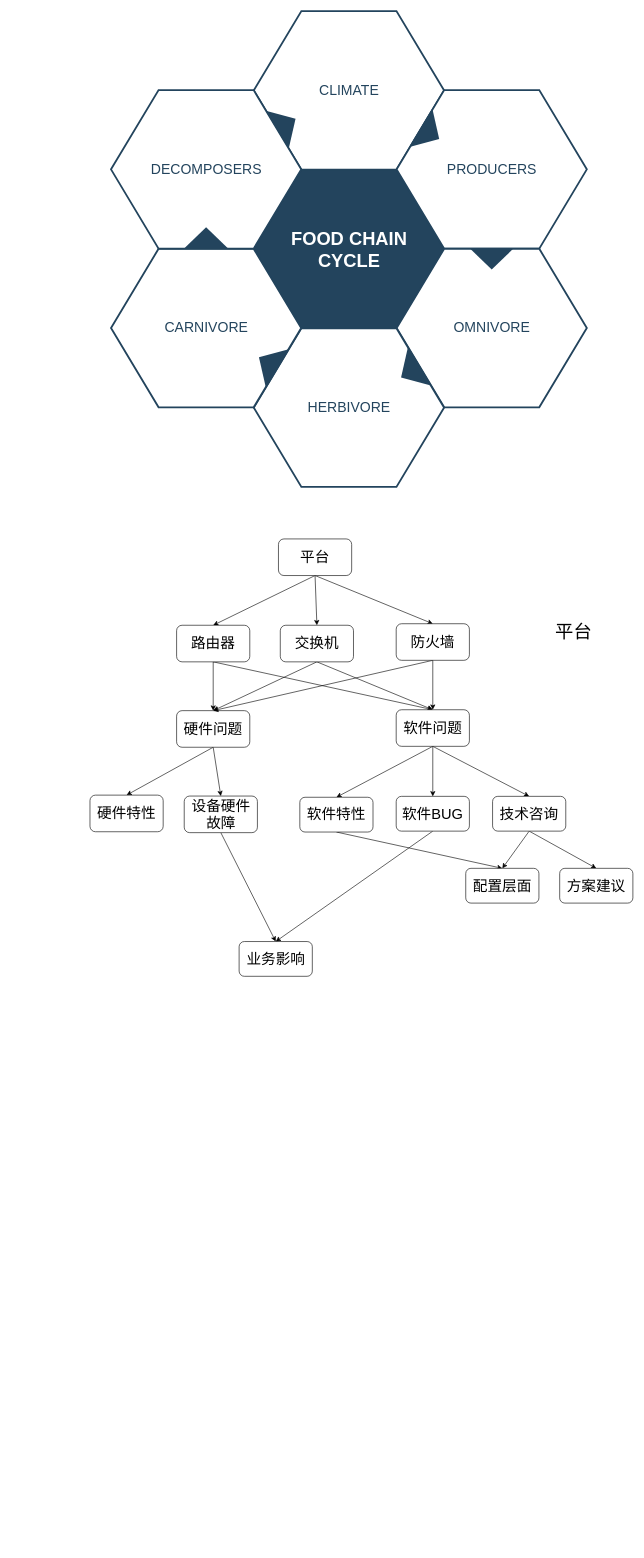
aimleft/study keeps this draw.io diagram as 未命名表单.drawio. Above is the earlier version. Source tidied: cells renumbered, new cells numbered last; positions are measured from the earlier drawing's top-left corner, leaving out a move shared by most shapes. Both pictures are drawn from the tidied source at 61%, with x=0, y=0 at pixel (90, 11).
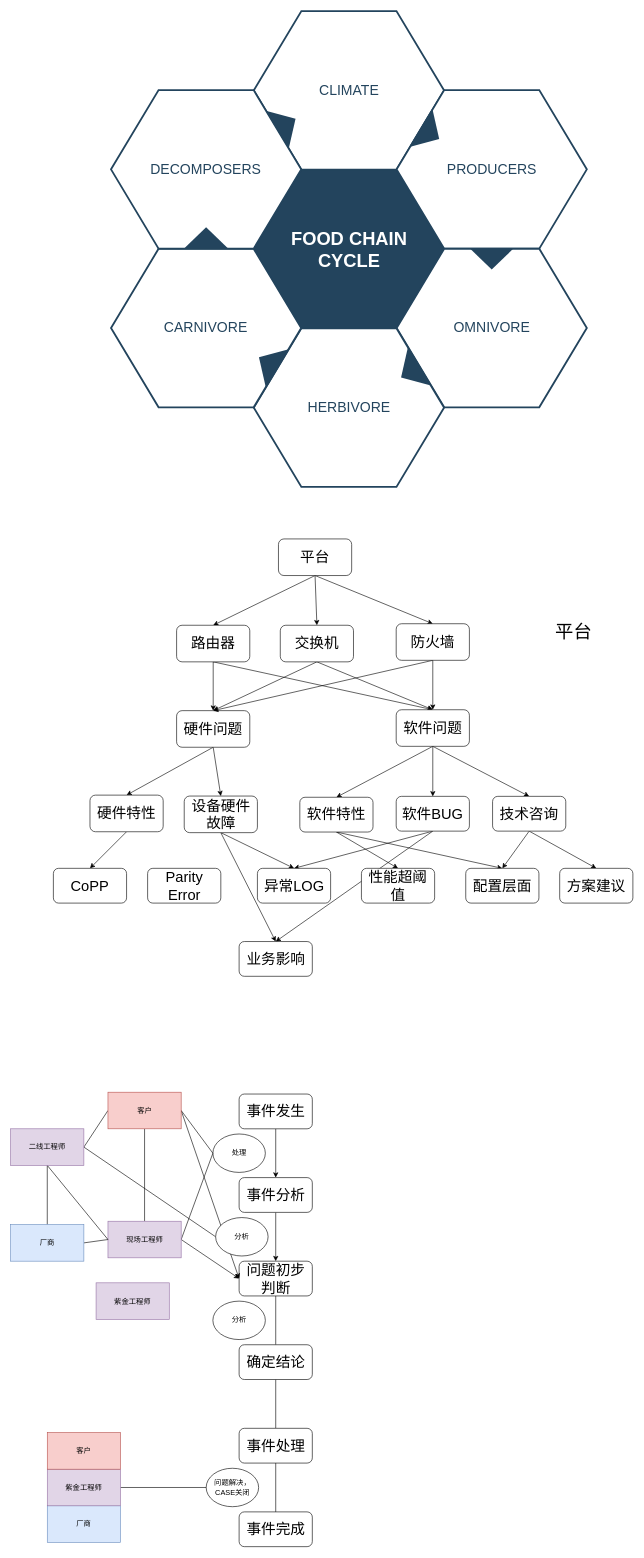
The same page after the edit.

Commit message:
更新未命名表单.drawio

Unchanged cells that the change refers to:
```xml
<mxCell id="29" value="&lt;font style=&quot;font-size: 24px&quot;&gt;硬件特性&lt;/font&gt;" style="rounded=1;whiteSpace=wrap;html=1;" parent="1" vertex="1">
  <mxGeometry y="1285" width="120" height="60" as="geometry" />
</mxCell>
<mxCell id="38" value="&lt;font style=&quot;font-size: 24px&quot;&gt;软件特性&lt;/font&gt;" style="rounded=1;whiteSpace=wrap;html=1;" parent="1" vertex="1">
  <mxGeometry x="344" y="1288.5" width="120" height="57" as="geometry" />
</mxCell>
<mxCell id="44" value="&lt;font style=&quot;font-size: 24px&quot;&gt;软件BUG&lt;/font&gt;" style="rounded=1;whiteSpace=wrap;html=1;" parent="1" vertex="1">
  <mxGeometry x="502" y="1287" width="120" height="57" as="geometry" />
</mxCell>
<mxCell id="46" value="&lt;font style=&quot;font-size: 24px&quot;&gt;设备硬件故障&lt;/font&gt;" style="rounded=1;whiteSpace=wrap;html=1;" parent="1" vertex="1">
  <mxGeometry x="154.5" y="1286.5" width="120" height="60" as="geometry" />
</mxCell>
```

Diff of the diagram source:
```diff
@@
+    <mxCell id="50" style="edgeStyle=none;rounded=0;jettySize=auto;html=1;exitX=0.5;exitY=1;exitDx=0;exitDy=0;entryX=0.5;entryY=0;entryDx=0;entryDy=0;" parent="1" edge="1" source="29" target="57">
+      <mxGeometry relative="1" as="geometry" />
+    </mxCell>
@@
+    <mxCell id="51" style="edgeStyle=none;rounded=0;jettySize=auto;html=1;exitX=0.5;exitY=1;exitDx=0;exitDy=0;entryX=0.5;entryY=0;entryDx=0;entryDy=0;" parent="1" edge="1" source="38" target="56">
+      <mxGeometry relative="1" as="geometry" />
+    </mxCell>
@@
+    <mxCell id="52" style="edgeStyle=none;rounded=0;jettySize=auto;html=1;exitX=0.5;exitY=1;exitDx=0;exitDy=0;entryX=0.5;entryY=0;entryDx=0;entryDy=0;" parent="1" edge="1" source="44" target="54">
+      <mxGeometry relative="1" as="geometry" />
+    </mxCell>
@@
+    <mxCell id="53" style="edgeStyle=none;rounded=0;jettySize=auto;html=1;exitX=0.5;exitY=1;exitDx=0;exitDy=0;entryX=0.5;entryY=0;entryDx=0;entryDy=0;" parent="1" edge="1" source="46" target="54">
+      <mxGeometry relative="1" as="geometry" />
+    </mxCell>
@@
+    <mxCell id="54" value="&lt;span style=&quot;font-size: 24px&quot;&gt;异常LOG&lt;/span&gt;" style="rounded=1;whiteSpace=wrap;html=1;" parent="1" vertex="1">
+      <mxGeometry x="274.5" y="1405" width="120" height="57" as="geometry" />
+    </mxCell>
+    <mxCell id="55" value="&lt;font style=&quot;font-size: 24px&quot;&gt;Parity Error&lt;/font&gt;" style="rounded=1;whiteSpace=wrap;html=1;" parent="1" vertex="1">
+      <mxGeometry x="94.5" y="1405" width="120" height="57" as="geometry" />
+    </mxCell>
+    <mxCell id="56" value="&lt;span style=&quot;font-size: 24px&quot;&gt;性能超阈值&lt;/span&gt;" style="rounded=1;whiteSpace=wrap;html=1;" parent="1" vertex="1">
+      <mxGeometry x="445" y="1405" width="120" height="57" as="geometry" />
+    </mxCell>
+    <mxCell id="57" value="&lt;font style=&quot;font-size: 24px&quot;&gt;CoPP&lt;/font&gt;" style="rounded=1;whiteSpace=wrap;html=1;" parent="1" vertex="1">
+      <mxGeometry x="-60" y="1405" width="120" height="57" as="geometry" />
+    </mxCell>
+    <mxCell id="58" style="edgeStyle=none;rounded=0;jettySize=auto;html=1;" parent="1" edge="1" source="59" target="61">
+      <mxGeometry relative="1" as="geometry" />
+    </mxCell>
+    <mxCell id="59" value="&lt;font style=&quot;font-size: 24px&quot;&gt;事件发生&lt;/font&gt;" style="rounded=1;whiteSpace=wrap;html=1;" parent="1" vertex="1">
+      <mxGeometry x="244.5" y="1775" width="120" height="57" as="geometry" />
+    </mxCell>
+    <mxCell id="60" style="edgeStyle=none;rounded=0;jettySize=auto;html=1;" parent="1" edge="1" source="61" target="63">
+      <mxGeometry relative="1" as="geometry" />
+    </mxCell>
+    <mxCell id="61" value="&lt;font style=&quot;font-size: 24px&quot;&gt;事件分析&lt;/font&gt;" style="rounded=1;whiteSpace=wrap;html=1;" parent="1" vertex="1">
+      <mxGeometry x="244.5" y="1912" width="120" height="57" as="geometry" />
+    </mxCell>
+    <mxCell id="62" style="edgeStyle=none;rounded=0;jettySize=auto;html=1;endArrow=none;endFill=0;" parent="1" edge="1" source="63" target="65">
+      <mxGeometry relative="1" as="geometry" />
+    </mxCell>
+    <mxCell id="63" value="&lt;span style=&quot;font-size: 24px&quot;&gt;问题初步判断&lt;/span&gt;" style="rounded=1;whiteSpace=wrap;html=1;" parent="1" vertex="1">
+      <mxGeometry x="244.5" y="2049" width="120" height="57" as="geometry" />
+    </mxCell>
+    <mxCell id="64" style="edgeStyle=none;rounded=0;jettySize=auto;html=1;endArrow=none;endFill=0;" parent="1" edge="1" source="65" target="67">
+      <mxGeometry relative="1" as="geometry" />
+    </mxCell>
+    <mxCell id="65" value="&lt;span style=&quot;font-size: 24px&quot;&gt;确定结论&lt;/span&gt;" style="rounded=1;whiteSpace=wrap;html=1;" parent="1" vertex="1">
+      <mxGeometry x="244.5" y="2186" width="120" height="57" as="geometry" />
+    </mxCell>
+    <mxCell id="66" style="edgeStyle=none;rounded=0;jettySize=auto;html=1;endArrow=none;endFill=0;" parent="1" edge="1" source="67" target="68">
+      <mxGeometry relative="1" as="geometry" />
+    </mxCell>
+    <mxCell id="67" value="&lt;span style=&quot;font-size: 24px&quot;&gt;事件处理&lt;/span&gt;" style="rounded=1;whiteSpace=wrap;html=1;" parent="1" vertex="1">
+      <mxGeometry x="244.5" y="2323" width="120" height="57" as="geometry" />
+    </mxCell>
+    <mxCell id="68" value="&lt;span style=&quot;font-size: 24px&quot;&gt;事件完成&lt;/span&gt;" style="rounded=1;whiteSpace=wrap;html=1;" parent="1" vertex="1">
+      <mxGeometry x="244.5" y="2460" width="120" height="57" as="geometry" />
+    </mxCell>
+    <mxCell id="69" value="处理" style="ellipse;whiteSpace=wrap;html=1;" parent="1" vertex="1">
+      <mxGeometry x="201.5" y="1840.5" width="86" height="63" as="geometry" />
+    </mxCell>
+    <mxCell id="70" style="edgeStyle=none;rounded=0;jettySize=auto;html=1;exitX=1;exitY=0.5;exitDx=0;exitDy=0;entryX=0;entryY=0.5;entryDx=0;entryDy=0;" parent="1" edge="1" source="74" target="63">
+      <mxGeometry relative="1" as="geometry" />
+    </mxCell>
+    <mxCell id="71" style="edgeStyle=none;rounded=0;jettySize=auto;html=1;exitX=0.5;exitY=1;exitDx=0;exitDy=0;entryX=0.5;entryY=0;entryDx=0;entryDy=0;endArrow=none;endFill=0;" parent="1" edge="1" source="74" target="77">
+      <mxGeometry relative="1" as="geometry" />
+    </mxCell>
+    <mxCell id="72" style="edgeStyle=none;rounded=0;jettySize=auto;html=1;exitX=0;exitY=0.5;exitDx=0;exitDy=0;entryX=1;entryY=0.5;entryDx=0;entryDy=0;endArrow=none;endFill=0;" parent="1" edge="1" source="74" target="81">
+      <mxGeometry relative="1" as="geometry" />
+    </mxCell>
+    <mxCell id="73" style="edgeStyle=none;rounded=0;jettySize=auto;html=1;exitX=1;exitY=0.5;exitDx=0;exitDy=0;entryX=0;entryY=0.5;entryDx=0;entryDy=0;endArrow=none;endFill=0;" parent="1" edge="1" source="74" target="69">
+      <mxGeometry relative="1" as="geometry" />
+    </mxCell>
+    <mxCell id="74" value="客户" style="rounded=0;whiteSpace=wrap;html=1;fillColor=#f8cecc;strokeColor=#b85450;" parent="1" vertex="1">
+      <mxGeometry x="29.5" y="1772" width="120" height="60" as="geometry" />
+    </mxCell>
+    <mxCell id="75" style="edgeStyle=none;rounded=0;jettySize=auto;html=1;exitX=1;exitY=0.5;exitDx=0;exitDy=0;entryX=0;entryY=0.5;entryDx=0;entryDy=0;" parent="1" edge="1" source="77" target="63">
+      <mxGeometry relative="1" as="geometry" />
+    </mxCell>
+    <mxCell id="76" style="edgeStyle=none;rounded=0;jettySize=auto;html=1;exitX=1;exitY=0.5;exitDx=0;exitDy=0;endArrow=none;endFill=0;entryX=0;entryY=0.5;entryDx=0;entryDy=0;" parent="1" edge="1" source="77" target="69">
+      <mxGeometry relative="1" as="geometry" />
+    </mxCell>
+    <mxCell id="77" value="现场工程师" style="rounded=0;whiteSpace=wrap;html=1;fillColor=#e1d5e7;strokeColor=#9673a6;" parent="1" vertex="1">
+      <mxGeometry x="29.5" y="1983.5" width="120" height="60" as="geometry" />
+    </mxCell>
+    <mxCell id="78" style="edgeStyle=none;rounded=0;jettySize=auto;html=1;exitX=0.5;exitY=1;exitDx=0;exitDy=0;entryX=0.5;entryY=0;entryDx=0;entryDy=0;endArrow=none;endFill=0;" parent="1" edge="1" source="81" target="83">
+      <mxGeometry relative="1" as="geometry" />
+    </mxCell>
+    <mxCell id="79" style="edgeStyle=none;rounded=0;jettySize=auto;html=1;exitX=0.5;exitY=1;exitDx=0;exitDy=0;entryX=0;entryY=0.5;entryDx=0;entryDy=0;endArrow=none;endFill=0;" parent="1" edge="1" source="81" target="77">
+      <mxGeometry relative="1" as="geometry" />
+    </mxCell>
+    <mxCell id="80" style="edgeStyle=none;rounded=0;jettySize=auto;html=1;exitX=1;exitY=0.5;exitDx=0;exitDy=0;entryX=0;entryY=0.5;entryDx=0;entryDy=0;endArrow=none;endFill=0;" parent="1" edge="1" source="81" target="84">
+      <mxGeometry relative="1" as="geometry" />
+    </mxCell>
+    <mxCell id="81" value="二线工程师" style="rounded=0;whiteSpace=wrap;html=1;fillColor=#e1d5e7;strokeColor=#9673a6;" parent="1" vertex="1">
+      <mxGeometry x="-130" y="1832" width="120" height="60" as="geometry" />
+    </mxCell>
+    <mxCell id="82" style="edgeStyle=none;rounded=0;jettySize=auto;html=1;exitX=1;exitY=0.5;exitDx=0;exitDy=0;entryX=0;entryY=0.5;entryDx=0;entryDy=0;endArrow=none;endFill=0;" parent="1" edge="1" source="83" target="77">
+      <mxGeometry relative="1" as="geometry" />
+    </mxCell>
+    <mxCell id="83" value="厂商" style="rounded=0;whiteSpace=wrap;html=1;fillColor=#dae8fc;strokeColor=#6c8ebf;" parent="1" vertex="1">
+      <mxGeometry x="-130" y="1989" width="120" height="60" as="geometry" />
+    </mxCell>
+    <mxCell id="84" value="分析" style="ellipse;whiteSpace=wrap;html=1;" parent="1" vertex="1">
+      <mxGeometry x="206" y="1977.5" width="86" height="63" as="geometry" />
+    </mxCell>
+    <mxCell id="85" value="分析" style="ellipse;whiteSpace=wrap;html=1;" parent="1" vertex="1">
+      <mxGeometry x="201.5" y="2114.5" width="86" height="63" as="geometry" />
+    </mxCell>
+    <mxCell id="86" value="问题解决，CASE关闭" style="ellipse;whiteSpace=wrap;html=1;" parent="1" vertex="1">
+      <mxGeometry x="190.5" y="2388.5" width="86" height="63" as="geometry" />
+    </mxCell>
+    <mxCell id="87" value="紫金工程师" style="rounded=0;whiteSpace=wrap;html=1;fillColor=#e1d5e7;strokeColor=#9673a6;" parent="1" vertex="1">
+      <mxGeometry x="10" y="2084.5" width="120" height="60" as="geometry" />
+    </mxCell>
+    <mxCell id="88" value="厂商" style="rounded=0;whiteSpace=wrap;html=1;fillColor=#dae8fc;strokeColor=#6c8ebf;" parent="1" vertex="1">
+      <mxGeometry x="-70" y="2450" width="120" height="60" as="geometry" />
+    </mxCell>
+    <mxCell id="89" style="edgeStyle=none;rounded=0;jettySize=auto;html=1;exitX=1;exitY=0.5;exitDx=0;exitDy=0;entryX=0;entryY=0.5;entryDx=0;entryDy=0;endArrow=none;endFill=0;" parent="1" edge="1" source="90" target="86">
+      <mxGeometry relative="1" as="geometry" />
+    </mxCell>
+    <mxCell id="90" value="紫金工程师" style="rounded=0;whiteSpace=wrap;html=1;fillColor=#e1d5e7;strokeColor=#9673a6;" parent="1" vertex="1">
+      <mxGeometry x="-70" y="2390" width="120" height="60" as="geometry" />
+    </mxCell>
+    <mxCell id="91" value="客户" style="rounded=0;whiteSpace=wrap;html=1;fillColor=#f8cecc;strokeColor=#b85450;" parent="1" vertex="1">
+      <mxGeometry x="-70" y="2330" width="120" height="60" as="geometry" />
+    </mxCell>
```
